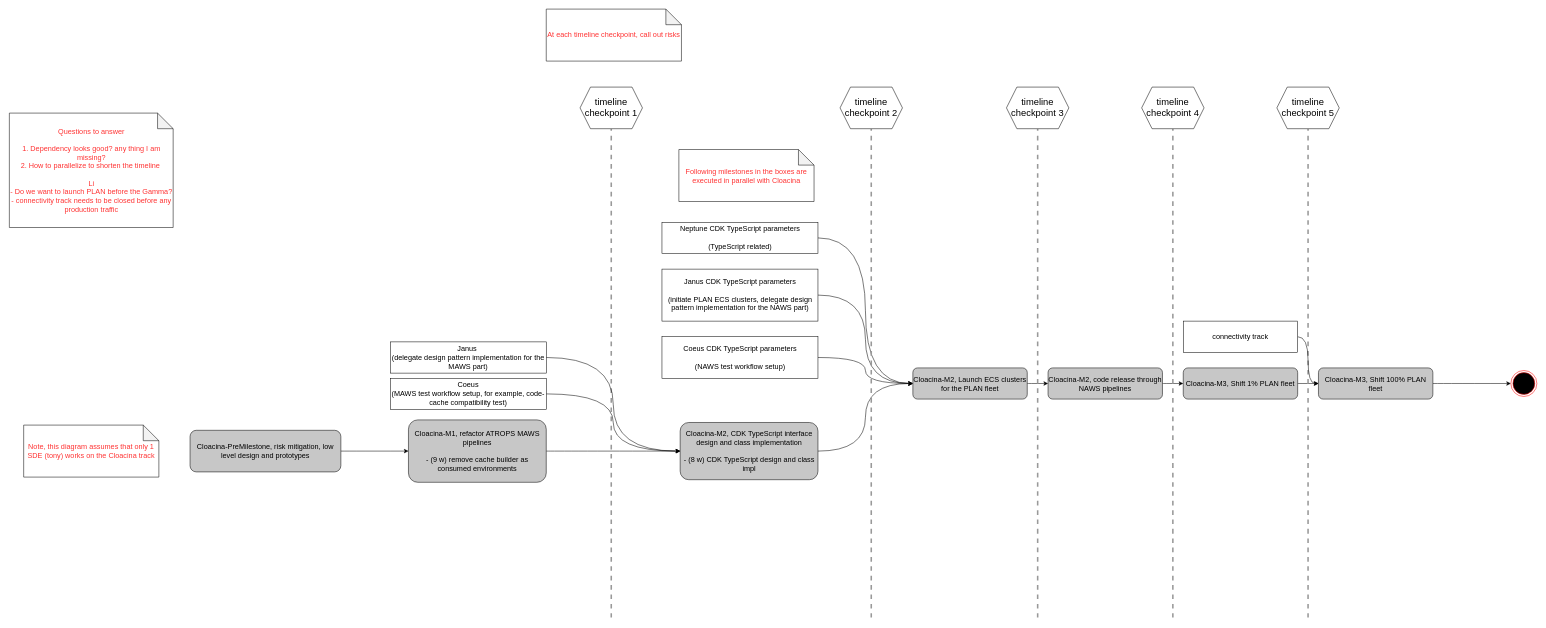
PQMeng/draw.io-source-files keeps this draw.io diagram as page "dependency" (18 of 18) of NAWS_ready_two_pipelines.drawio. Above is the earlier version. Source tidied: cells renumbered, new cells numbered last; positions are measured from the earlier drawing's top-left corner, leaving out a move shared by most shapes. Both pictures are drawn from the tidied source at 52%, with x=0, y=0 at pixel (9, 9).
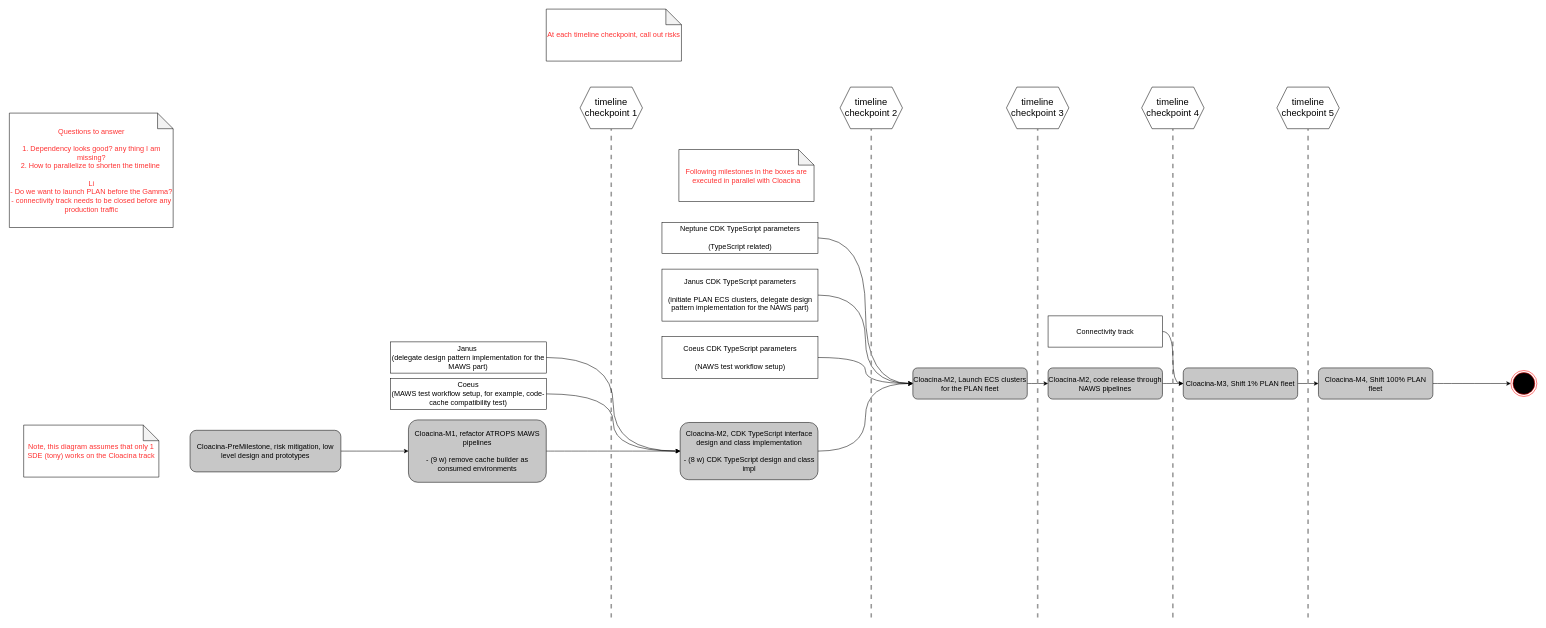
After the change.

The change refers to these unchanged cells:
```xml
<mxCell id="13" value="Cloacina-M3,&amp;nbsp;&lt;span style=&quot;font-size: 14px;&quot;&gt;Shift 1% PLAN fleet&lt;/span&gt;" style="rounded=1;whiteSpace=wrap;html=1;fontSize=14;fillColor=#C7C7C7;" parent="1" vertex="1">
  <mxGeometry x="2258" y="690" width="220" height="60" as="geometry" />
</mxCell>
<mxCell id="30" style="group;" parent="1" vertex="1">
  <mxGeometry x="2178" y="150" width="120" height="1020" as="geometry" />
</mxCell>
<mxCell id="32" value="timeline checkpoint 4" style="shape=hexagon;perimeter=hexagonPerimeter2;whiteSpace=wrap;html=1;fixedSize=1;fontSize=18;fontColor=#000000;" parent="30" vertex="1">
  <mxGeometry width="120" height="80" as="geometry" />
</mxCell>
```

Diff of the diagram source:
```diff
@@
-    <mxCell id="15" value="Cloacina-M3,&amp;nbsp;&lt;span style=&quot;font-size: 14px;&quot;&gt;Shift 100% PLAN fleet&lt;/span&gt;" style="rounded=1;whiteSpace=wrap;html=1;fontSize=14;fillColor=#C7C7C7;" parent="1" vertex="1">
+    <mxCell id="15" value="Cloacina-M4,&amp;nbsp;&lt;span style=&quot;font-size: 14px&quot;&gt;Shift 100% PLAN fleet&lt;/span&gt;" style="rounded=1;whiteSpace=wrap;html=1;fontSize=14;fillColor=#C7C7C7;" parent="1" vertex="1">
       <mxGeometry x="2518" y="690" width="220" height="60" as="geometry" />
     </mxCell>
@@
     <mxCell id="31" style="endArrow=none;dashed=1;html=1;rounded=0;fontSize=14;fontColor=#FF3333;curved=1;strokeWidth=3;strokeColor=#999999;entryX=0.5;entryY=1;entryDx=0;entryDy=0;" parent="30" edge="1" target="32">
       <mxGeometry relative="1" as="geometry">
         <mxPoint x="60" y="1020" as="sourcePoint" />
+        <Array as="points">
+          <mxPoint x="60" y="560" />
+        </Array>
       </mxGeometry>
     </mxCell>
@@
-    <mxCell id="37" style="edgeStyle=orthogonalEdgeStyle;curved=1;rounded=0;jettySize=auto;html=1;exitX=1;exitY=0.5;exitDx=0;exitDy=0;entryX=0;entryY=0.5;entryDx=0;entryDy=0;fontSize=18;fontColor=#000000;strokeColor=#000000;strokeWidth=1;" parent="1" edge="1" source="38" target="15">
-      <mxGeometry relative="1" as="geometry" />
-    </mxCell>
-    <mxCell id="38" value="connectivity track" style="rounded=0;whiteSpace=wrap;html=1;fontSize=14;" parent="1" vertex="1">
-      <mxGeometry x="2258" y="600" width="220" height="60" as="geometry" />
-    </mxCell>
@@
+    <mxCell id="48" style="edgeStyle=orthogonalEdgeStyle;curved=1;rounded=0;jettySize=auto;html=1;exitX=1;exitY=0.5;exitDx=0;exitDy=0;entryX=0;entryY=0.5;entryDx=0;entryDy=0;fontSize=18;fontColor=#000000;strokeColor=#000000;strokeWidth=1;" parent="1" edge="1" source="49" target="13">
+      <mxGeometry relative="1" as="geometry" />
+    </mxCell>
+    <mxCell id="49" value="Connectivity track" style="rounded=0;whiteSpace=wrap;html=1;fontSize=14;" parent="1" vertex="1">
+      <mxGeometry x="1998" y="590" width="220" height="60" as="geometry" />
+    </mxCell>
```
